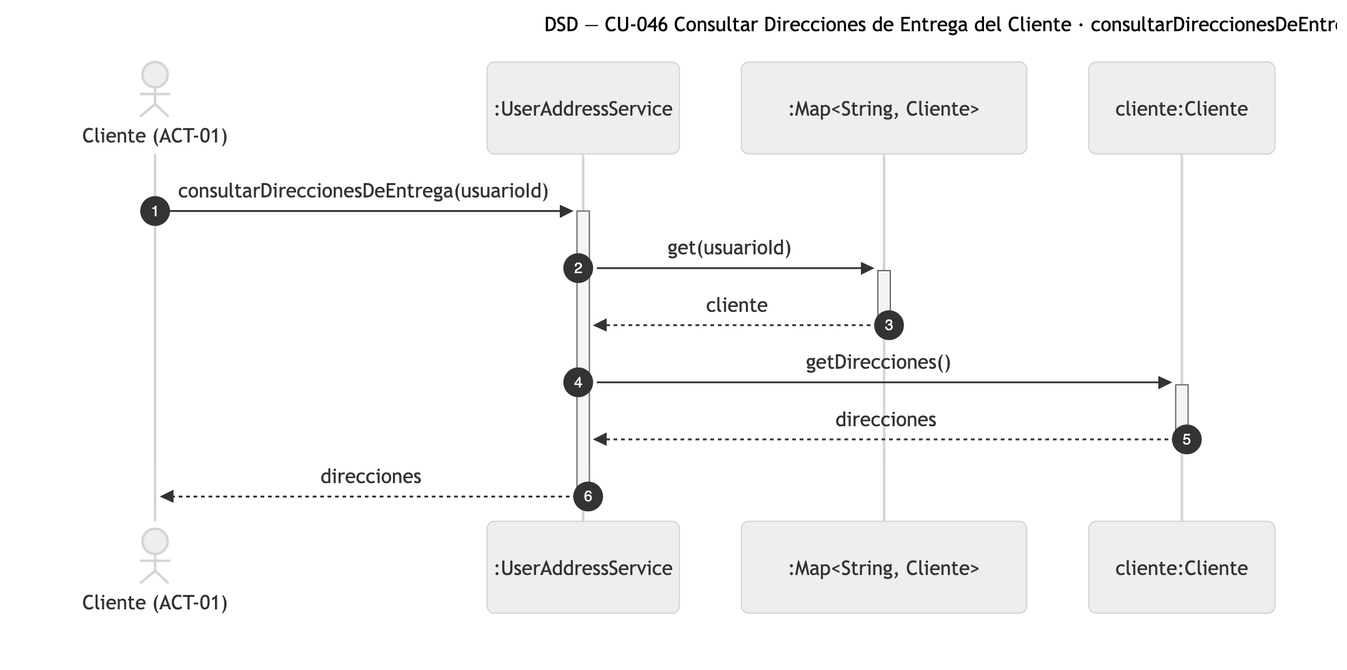
The Mermaid diagram diagramas/png/DSD_CU-046_consultarDireccionesDeEntrega.png in Nahuelito-Dev/splg-docs, before a commit. Its source is kept beside it as diagramas/DSD_CU-046_consultarDireccionesDeEntrega.mmd.
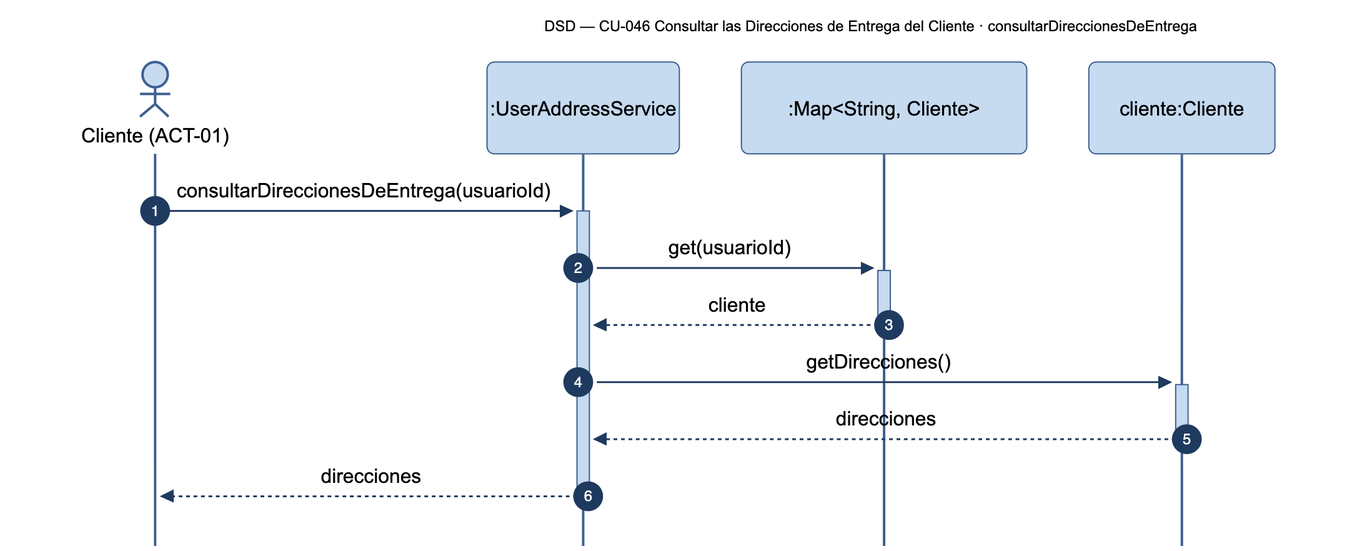
Above is the later version.

The edit, as a diff of the source:
```diff
@@ -1,5 +1,5 @@
 sequenceDiagram
-    title DSD — CU-046 Consultar Direcciones de Entrega del Cliente · consultarDireccionesDeEntrega
+    title DSD — CU-046 Consultar las Direcciones de Entrega del Cliente · consultarDireccionesDeEntrega
     autonumber
     actor CLI as Cliente (ACT-01)
     participant SRV as :UserAddressService
```
